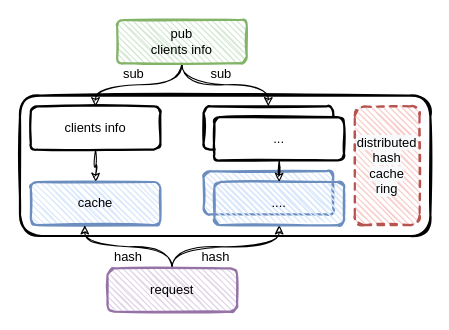
The draw.io diagram leaves/leaves.drawio in EarthWind/deeparch, before the edit. Source tidied: cells renumbered, new cells numbered last; positions are measured from the earlier drawing's top-left corner, leaving out a move shared by most shapes. Both pictures are drawn from the tidied source at 108%, with x=0, y=0 at pixel (19, 19).
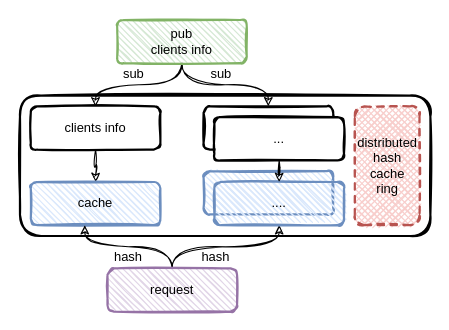
The same diagram, later.

Change to the diagram source:
```diff
@@
-    <mxCell id="19" value="&lt;span style=&quot;color: rgb(0 , 0 , 0) ; font-family: &amp;#34;helvetica&amp;#34; ; font-size: 12px ; font-style: normal ; font-weight: 400 ; letter-spacing: normal ; text-align: center ; text-indent: 0px ; text-transform: none ; word-spacing: 0px ; background-color: rgb(248 , 249 , 250) ; display: inline ; float: none&quot;&gt;distributed&lt;br&gt;&lt;/span&gt;&lt;span style=&quot;color: rgb(0 , 0 , 0) ; font-family: &amp;#34;helvetica&amp;#34; ; font-size: 12px ; font-style: normal ; font-weight: 400 ; letter-spacing: normal ; text-align: center ; text-indent: 0px ; text-transform: none ; word-spacing: 0px ; background-color: rgb(248 , 249 , 250) ; display: inline ; float: none&quot;&gt;hash&lt;/span&gt;&lt;br style=&quot;color: rgb(0 , 0 , 0) ; font-family: &amp;#34;helvetica&amp;#34; ; font-size: 12px ; font-style: normal ; font-weight: 400 ; letter-spacing: normal ; text-align: center ; text-indent: 0px ; text-transform: none ; word-spacing: 0px ; background-color: rgb(248 , 249 , 250)&quot;&gt;&lt;span style=&quot;color: rgb(0 , 0 , 0) ; font-family: &amp;#34;helvetica&amp;#34; ; font-size: 12px ; font-style: normal ; font-weight: 400 ; letter-spacing: normal ; text-align: center ; text-indent: 0px ; text-transform: none ; word-spacing: 0px ; background-color: rgb(248 , 249 , 250) ; display: inline ; float: none&quot;&gt;cache&lt;br&gt;&lt;/span&gt;&lt;span style=&quot;color: rgb(0 , 0 , 0) ; font-family: &amp;#34;helvetica&amp;#34; ; font-size: 12px ; font-style: normal ; font-weight: 400 ; letter-spacing: normal ; text-align: center ; text-indent: 0px ; text-transform: none ; word-spacing: 0px ; background-color: rgb(248 , 249 , 250) ; display: inline ; float: none&quot;&gt;ring&lt;/span&gt;" style="rounded=1;whiteSpace=wrap;html=1;strokeWidth=2;fillWeight=1;hachureGap=4;hachureAngle=45;sketch=1;fillColor=#f8cecc;dashed=1;strokeColor=#b85450;" parent="1" vertex="1">
-      <mxGeometry x="310" y="80" width="60" height="110" as="geometry" />
-    </mxCell>
@@
+    <mxCell id="22" style="rounded=1;whiteSpace=wrap;html=1;strokeWidth=2;fillWeight=1;hachureGap=4;hachureAngle=-45;sketch=1;fillColor=#f8cecc;dashed=1;strokeColor=none;" parent="1" vertex="1">
+      <mxGeometry x="310" y="80" width="60" height="110" as="geometry" />
+    </mxCell>
+    <mxCell id="19" style="rounded=1;whiteSpace=wrap;html=1;strokeWidth=2;fillWeight=1;hachureGap=4;hachureAngle=45;sketch=1;fillColor=#f8cecc;dashed=1;strokeColor=#b85450;" parent="1" vertex="1">
+      <mxGeometry x="310" y="80" width="60" height="110" as="geometry" />
+    </mxCell>
+    <mxCell id="23" value="&lt;span style=&quot;font-family: &amp;#34;helvetica&amp;#34;&quot;&gt;distributed&lt;br&gt;&lt;/span&gt;&lt;span style=&quot;font-family: &amp;#34;helvetica&amp;#34;&quot;&gt;hash&lt;/span&gt;&lt;br style=&quot;font-family: &amp;#34;helvetica&amp;#34;&quot;&gt;&lt;span style=&quot;font-family: &amp;#34;helvetica&amp;#34;&quot;&gt;cache&lt;br&gt;&lt;/span&gt;&lt;span style=&quot;font-family: &amp;#34;helvetica&amp;#34;&quot;&gt;ring&lt;/span&gt;" style="text;html=1;align=center;verticalAlign=middle;strokeColor=none;" parent="1" vertex="1">
+      <mxGeometry x="305" y="105" width="70" height="60" as="geometry" />
+    </mxCell>
```
